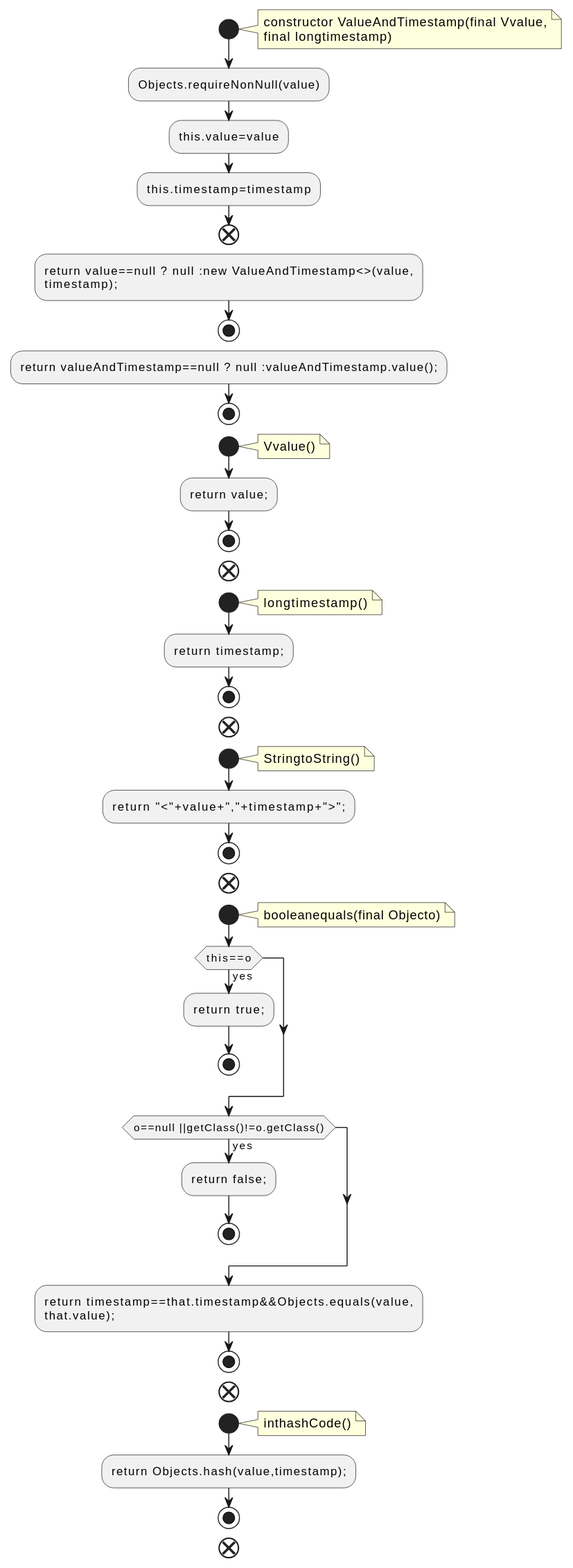
This is docs/qc/streams/src/main/java/org/apache/kafka/streams/state/ValueAndTimestamp.java.fct.svg from qualitesys/kafka, a PlantUML export, as it was before one commit.
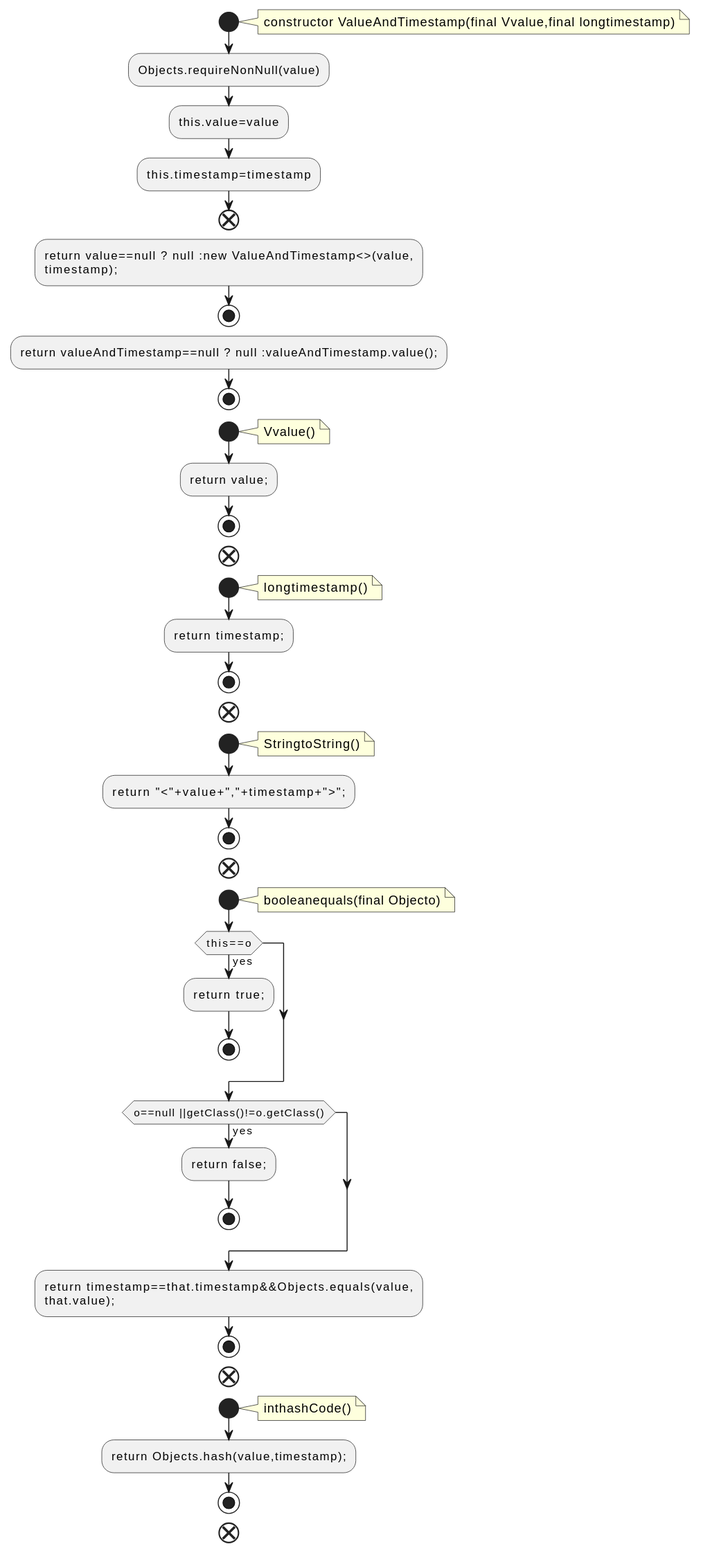
After the commit.

What changed in the source:
```diff
@@ -2,8 +2,7 @@
 !pragma layout smetana
 start
 note right
-constructor ValueAndTimestamp(final Vvalue,
-final longtimestamp)
+constructor ValueAndTimestamp(final Vvalue,final longtimestamp)
 end note
 :Objects.requireNonNull(value);
 :this.value=value;
```
